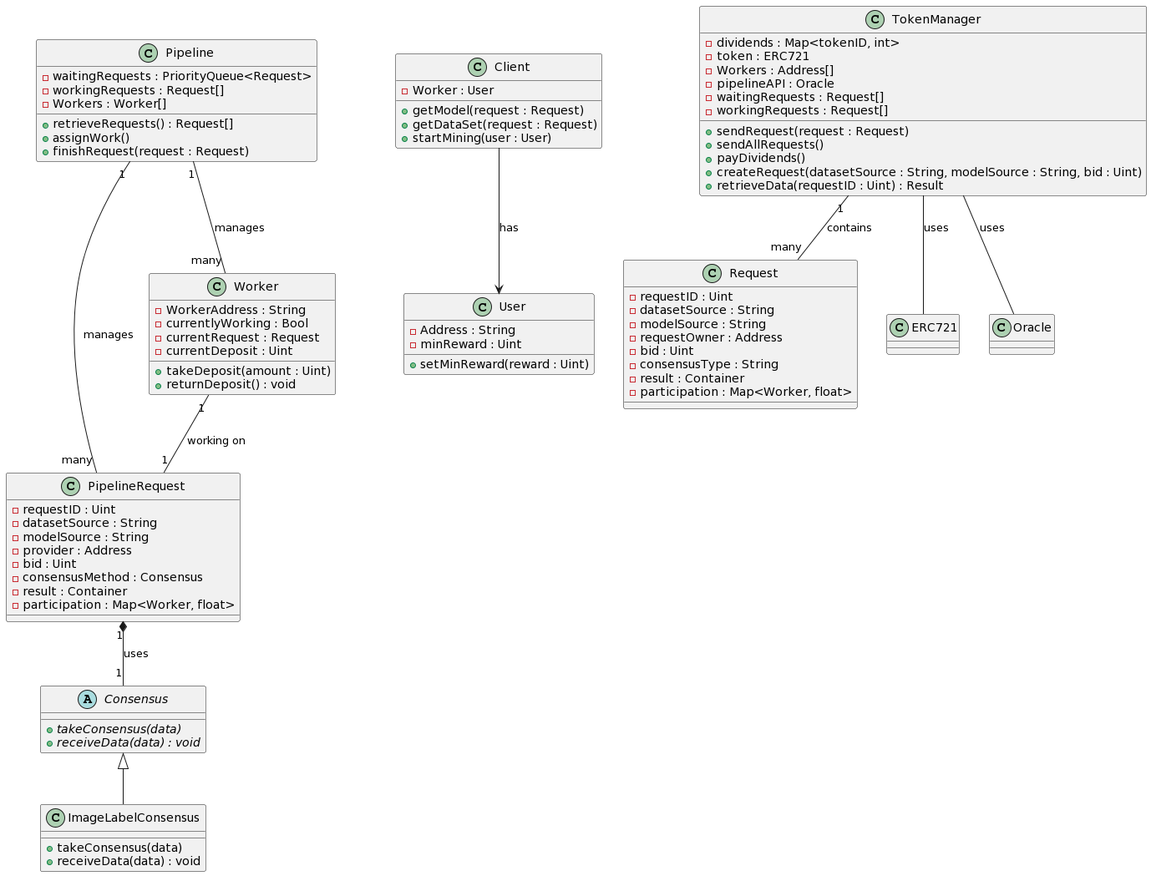
This is images/Check2ClassDiagram.png from AI-and-Blockchain/S24_Proof_of_Vision_Tokens, a PlantUML export, as it was before one commit.
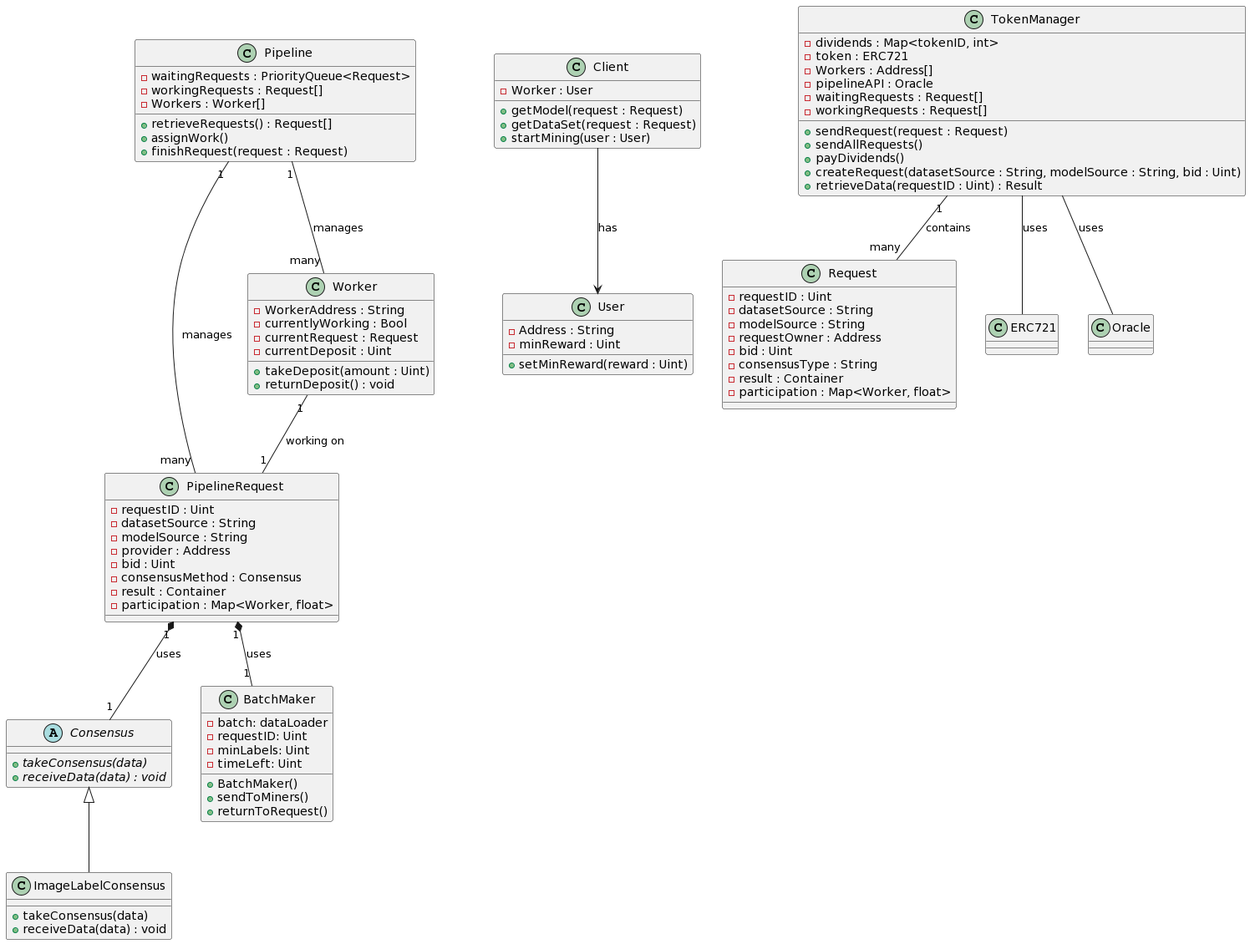
After the commit.

The edit, as a diff of the source:
```diff
@@ -36,6 +36,16 @@
   +retrieveRequests() : Request[]
   +assignWork()
   +finishRequest(request : Request)
+}
+
+class BatchMaker {
+ -batch: dataLoader
+ -requestID: Uint
+ -minLabels: Uint
+- timeLeft: Uint
++BatchMaker()
++sendToMiners()
++returnToRequest()
 }
 
 class User {
@@ -91,6 +101,7 @@
 
 Consensus <|-- ImageLabelConsensus
 PipelineRequest "1" *-- "1" Consensus : uses
+PipelineRequest "1" *-- "1" BatchMaker : uses
 Worker "1" -- "1" PipelineRequest : working on
 Pipeline "1" -- "many" PipelineRequest : manages
 Pipeline "1" -- "many" Worker : manages
```
